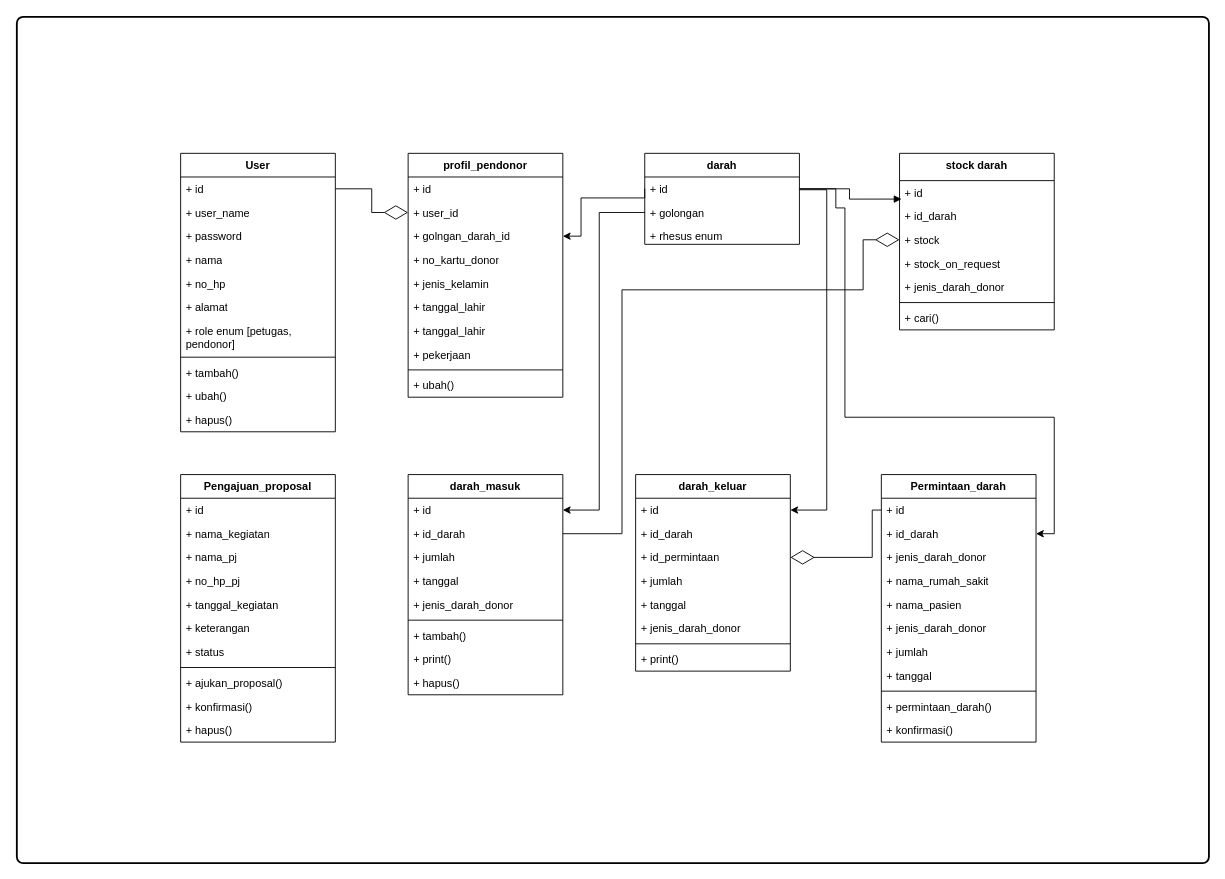
afdikomayte/UDD-PMI-blood-donation-service keeps this draw.io diagram as page "class-diagram" (16 of 24) of Untitled Diagram.drawio. Above is the earlier version. Source tidied: cells renumbered, new cells numbered last; positions are measured from the earlier drawing's top-left corner, leaving out a move shared by most shapes. Both pictures are drawn from the tidied source at 91%, with x=0, y=0 at pixel (16, 16).
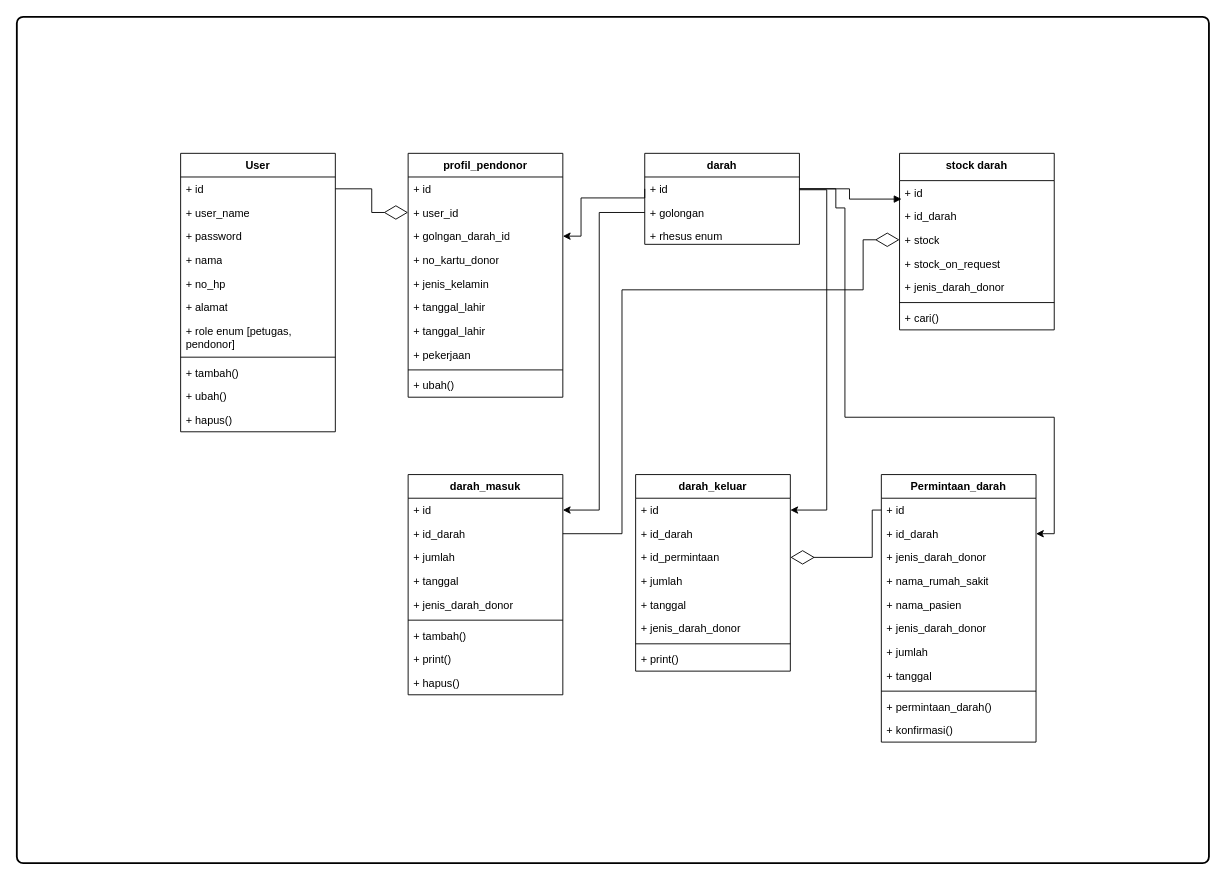
The same page after the edit.

Diff of the diagram source:
```diff
@@
-    <mxCell id="77" value="Pengajuan_proposal" style="swimlane;fontStyle=1;align=center;verticalAlign=top;horizontal=1;startSize=26;whiteSpace=wrap;html=1;" parent="1" vertex="1">
-      <mxGeometry x="180" y="503" width="170" height="294" as="geometry" />
-    </mxCell>
-    <mxCell id="78" value="+ id" style="text;strokeColor=none;fillColor=none;align=left;verticalAlign=top;spacingLeft=4;spacingRight=4;overflow=hidden;whiteSpace=wrap;html=1;" parent="77" vertex="1">
-      <mxGeometry y="26" width="170" height="26" as="geometry" />
-    </mxCell>
-    <mxCell id="79" value="+ nama_kegiatan" style="text;strokeColor=none;fillColor=none;align=left;verticalAlign=top;spacingLeft=4;spacingRight=4;overflow=hidden;whiteSpace=wrap;html=1;" parent="77" vertex="1">
-      <mxGeometry y="52" width="170" height="26" as="geometry" />
-    </mxCell>
-    <mxCell id="80" value="&lt;div&gt;+ nama_pj&lt;/div&gt;" style="text;strokeColor=none;fillColor=none;align=left;verticalAlign=top;spacingLeft=4;spacingRight=4;overflow=hidden;whiteSpace=wrap;html=1;" parent="77" vertex="1">
-      <mxGeometry y="78" width="170" height="26" as="geometry" />
-    </mxCell>
-    <mxCell id="81" value="+ no_hp_pj" style="text;strokeColor=none;fillColor=none;align=left;verticalAlign=top;spacingLeft=4;spacingRight=4;overflow=hidden;whiteSpace=wrap;html=1;" parent="77" vertex="1">
-      <mxGeometry y="104" width="170" height="26" as="geometry" />
-    </mxCell>
-    <mxCell id="82" value="+ tanggal_kegiatan" style="text;strokeColor=none;fillColor=none;align=left;verticalAlign=top;spacingLeft=4;spacingRight=4;overflow=hidden;whiteSpace=wrap;html=1;" parent="77" vertex="1">
-      <mxGeometry y="130" width="170" height="26" as="geometry" />
-    </mxCell>
-    <mxCell id="83" value="+ keterangan" style="text;strokeColor=none;fillColor=none;align=left;verticalAlign=top;spacingLeft=4;spacingRight=4;overflow=hidden;whiteSpace=wrap;html=1;" parent="77" vertex="1">
-      <mxGeometry y="156" width="170" height="26" as="geometry" />
-    </mxCell>
-    <mxCell id="84" value="&lt;div&gt;+ status&lt;/div&gt;" style="text;strokeColor=none;fillColor=none;align=left;verticalAlign=top;spacingLeft=4;spacingRight=4;overflow=hidden;whiteSpace=wrap;html=1;" parent="77" vertex="1">
-      <mxGeometry y="182" width="170" height="26" as="geometry" />
-    </mxCell>
-    <mxCell id="85" style="line;strokeWidth=1;fillColor=none;align=left;verticalAlign=middle;spacingTop=-1;spacingLeft=3;spacingRight=3;labelPosition=right;strokeColor=inherit;" parent="77" vertex="1">
-      <mxGeometry y="208" width="170" height="8" as="geometry" />
-    </mxCell>
-    <mxCell id="86" value="+ ajukan_proposal()" style="text;strokeColor=none;fillColor=none;align=left;verticalAlign=top;spacingLeft=4;spacingRight=4;overflow=hidden;whiteSpace=wrap;html=1;" parent="77" vertex="1">
-      <mxGeometry y="216" width="170" height="26" as="geometry" />
-    </mxCell>
-    <mxCell id="87" value="+ konfirmasi()" style="text;strokeColor=none;fillColor=none;align=left;verticalAlign=top;spacingLeft=4;spacingRight=4;overflow=hidden;whiteSpace=wrap;html=1;" parent="77" vertex="1">
-      <mxGeometry y="242" width="170" height="26" as="geometry" />
-    </mxCell>
-    <mxCell id="88" value="+ hapus()" style="text;strokeColor=none;fillColor=none;align=left;verticalAlign=top;spacingLeft=4;spacingRight=4;overflow=hidden;whiteSpace=wrap;html=1;" parent="77" vertex="1">
-      <mxGeometry y="268" width="170" height="26" as="geometry" />
-    </mxCell>
```
